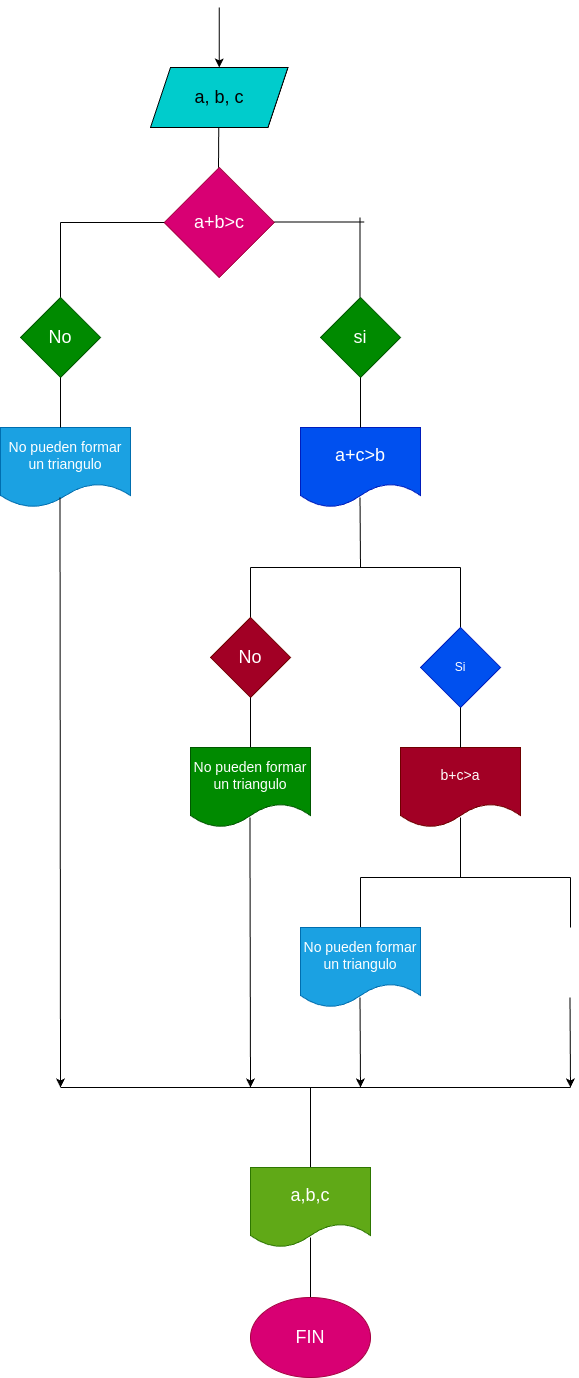
The draw.io diagram Diagrama.png in SamyrArchila/Quiz_Condicionales, before a commit. Source tidied: cells renumbered, new cells last; positions are measured from the earlier drawing's top-left corner, leaving out a move shared by most shapes. The source it was exported from:
```xml
<mxGraphModel>
  <root>
    <mxCell id="0" />
    <mxCell id="1" parent="0" />
    <mxCell id="2" style="edgeStyle=none;html=1;" parent="1" edge="1" target="3">
      <mxGeometry relative="1" as="geometry">
        <mxPoint x="218.8" as="sourcePoint" />
      </mxGeometry>
    </mxCell>
    <mxCell id="3" value="&lt;font style=&quot;font-size: 18px;&quot;&gt;a, b, c&lt;/font&gt;" style="shape=parallelogram;perimeter=parallelogramPerimeter;whiteSpace=wrap;html=1;fixedSize=1;fillColor=#00CCCC;" parent="1" vertex="1">
      <mxGeometry x="150" y="60" width="137.5" height="60" as="geometry" />
    </mxCell>
    <mxCell id="4" value="&lt;font style=&quot;font-size: 18px;&quot;&gt;a+b&amp;gt;c&lt;/font&gt;" style="rhombus;whiteSpace=wrap;html=1;fillColor=#d80073;fontColor=#ffffff;strokeColor=#A50040;" parent="1" vertex="1">
      <mxGeometry x="163.8" y="160" width="110" height="110" as="geometry" />
    </mxCell>
    <mxCell id="5" style="endArrow=none;html=1;" parent="1" edge="1">
      <mxGeometry relative="1" as="geometry">
        <mxPoint x="218" y="160" as="sourcePoint" />
        <mxPoint x="218.2" y="120" as="targetPoint" />
      </mxGeometry>
    </mxCell>
    <mxCell id="6" style="endArrow=none;html=1;" parent="1" edge="1">
      <mxGeometry relative="1" as="geometry">
        <mxPoint x="60" y="215" as="sourcePoint" />
        <mxPoint x="163.8" y="215" as="targetPoint" />
      </mxGeometry>
    </mxCell>
    <mxCell id="7" style="endArrow=none;html=1;" parent="1" edge="1">
      <mxGeometry relative="1" as="geometry">
        <mxPoint x="60" y="215" as="sourcePoint" />
        <mxPoint x="60" y="295" as="targetPoint" />
      </mxGeometry>
    </mxCell>
    <mxCell id="8" value="&lt;font style=&quot;font-size: 14px;&quot;&gt;No pueden formar un triangulo&lt;/font&gt;" style="shape=document;whiteSpace=wrap;html=1;boundedLbl=1;fillColor=#1ba1e2;fontColor=#ffffff;strokeColor=#006EAF;" parent="1" vertex="1">
      <mxGeometry y="420" width="130" height="80" as="geometry" />
    </mxCell>
    <mxCell id="9" value="&lt;font style=&quot;font-size: 18px;&quot;&gt;No&lt;/font&gt;" style="rhombus;whiteSpace=wrap;html=1;fillColor=#008a00;fontColor=#ffffff;strokeColor=#005700;" parent="1" vertex="1">
      <mxGeometry x="20" y="290" width="80" height="80" as="geometry" />
    </mxCell>
    <mxCell id="10" style="endArrow=none;html=1;" parent="1" edge="1">
      <mxGeometry relative="1" as="geometry">
        <mxPoint x="60" y="420" as="sourcePoint" />
        <mxPoint x="60" y="370" as="targetPoint" />
      </mxGeometry>
    </mxCell>
    <mxCell id="11" style="endArrow=none;html=1;" parent="1" edge="1">
      <mxGeometry relative="1" as="geometry">
        <mxPoint x="359.5" y="210" as="sourcePoint" />
        <mxPoint x="359.5" y="290" as="targetPoint" />
      </mxGeometry>
    </mxCell>
    <mxCell id="12" value="&lt;font style=&quot;font-size: 18px;&quot;&gt;a+c&amp;gt;b&lt;/font&gt;" style="shape=document;whiteSpace=wrap;html=1;boundedLbl=1;fillColor=#0050ef;fontColor=#ffffff;strokeColor=#001DBC;" parent="1" vertex="1">
      <mxGeometry x="300" y="420" width="120" height="80" as="geometry" />
    </mxCell>
    <mxCell id="13" value="&lt;font style=&quot;font-size: 18px;&quot;&gt;si&lt;/font&gt;" style="rhombus;whiteSpace=wrap;html=1;fillColor=#008a00;fontColor=#ffffff;strokeColor=#005700;" parent="1" vertex="1">
      <mxGeometry x="320" y="290" width="80" height="80" as="geometry" />
    </mxCell>
    <mxCell id="14" style="endArrow=none;html=1;" parent="1" edge="1">
      <mxGeometry relative="1" as="geometry">
        <mxPoint x="360" y="420" as="sourcePoint" />
        <mxPoint x="360" y="370" as="targetPoint" />
      </mxGeometry>
    </mxCell>
    <mxCell id="15" style="endArrow=none;html=1;" parent="1" edge="1">
      <mxGeometry relative="1" as="geometry">
        <mxPoint x="273.8" y="214.5" as="sourcePoint" />
        <mxPoint x="363.8" y="214.5" as="targetPoint" />
      </mxGeometry>
    </mxCell>
    <mxCell id="16" style="endArrow=none;html=1;" parent="1" edge="1">
      <mxGeometry relative="1" as="geometry">
        <mxPoint x="360" y="560" as="sourcePoint" />
        <mxPoint x="359.5" y="490" as="targetPoint" />
      </mxGeometry>
    </mxCell>
    <mxCell id="17" style="endArrow=none;html=1;" parent="1" edge="1">
      <mxGeometry relative="1" as="geometry">
        <mxPoint x="250" y="560" as="sourcePoint" />
        <mxPoint x="360" y="560" as="targetPoint" />
      </mxGeometry>
    </mxCell>
    <mxCell id="18" style="endArrow=none;html=1;" parent="1" edge="1">
      <mxGeometry relative="1" as="geometry">
        <mxPoint x="250" y="610" as="sourcePoint" />
        <mxPoint x="250" y="560" as="targetPoint" />
      </mxGeometry>
    </mxCell>
    <mxCell id="19" value="&lt;font style=&quot;font-size: 18px;&quot;&gt;No&lt;/font&gt;" style="rhombus;whiteSpace=wrap;html=1;fillColor=#a20025;fontColor=#ffffff;strokeColor=#6F0000;" parent="1" vertex="1">
      <mxGeometry x="210" y="610" width="80" height="80" as="geometry" />
    </mxCell>
    <mxCell id="20" style="endArrow=none;html=1;" parent="1" edge="1">
      <mxGeometry relative="1" as="geometry">
        <mxPoint x="250" y="740" as="sourcePoint" />
        <mxPoint x="250" y="690" as="targetPoint" />
      </mxGeometry>
    </mxCell>
    <mxCell id="21" value="&lt;font style=&quot;font-size: 14px;&quot;&gt;No pueden formar un triangulo&lt;/font&gt;" style="shape=document;whiteSpace=wrap;html=1;boundedLbl=1;fillColor=#008a00;fontColor=#ffffff;strokeColor=#005700;" parent="1" vertex="1">
      <mxGeometry x="190" y="740" width="120" height="80" as="geometry" />
    </mxCell>
    <mxCell id="22" style="endArrow=none;html=1;" parent="1" edge="1">
      <mxGeometry relative="1" as="geometry">
        <mxPoint x="360" y="560" as="sourcePoint" />
        <mxPoint x="460" y="560" as="targetPoint" />
      </mxGeometry>
    </mxCell>
    <mxCell id="23" style="endArrow=none;html=1;" parent="1" edge="1">
      <mxGeometry relative="1" as="geometry">
        <mxPoint x="460" y="620" as="sourcePoint" />
        <mxPoint x="460" y="560" as="targetPoint" />
      </mxGeometry>
    </mxCell>
    <mxCell id="24" value="Si" style="rhombus;whiteSpace=wrap;html=1;fillColor=#0050ef;fontColor=#ffffff;strokeColor=#001DBC;" parent="1" vertex="1">
      <mxGeometry x="420" y="620" width="80" height="80" as="geometry" />
    </mxCell>
    <mxCell id="25" value="&lt;font style=&quot;font-size: 14px;&quot;&gt;b+c&amp;gt;a&lt;/font&gt;" style="shape=document;whiteSpace=wrap;html=1;boundedLbl=1;fillColor=#a20025;fontColor=#ffffff;strokeColor=#6F0000;" parent="1" vertex="1">
      <mxGeometry x="400" y="740" width="120" height="80" as="geometry" />
    </mxCell>
    <mxCell id="26" style="endArrow=none;html=1;exitX=0.5;exitY=0;exitDx=0;exitDy=0;" parent="1" edge="1" source="25">
      <mxGeometry relative="1" as="geometry">
        <mxPoint x="460" y="700" as="targetPoint" />
      </mxGeometry>
    </mxCell>
    <mxCell id="27" style="endArrow=none;html=1;" parent="1" edge="1">
      <mxGeometry relative="1" as="geometry">
        <mxPoint x="460" y="870" as="sourcePoint" />
        <mxPoint x="460" y="810" as="targetPoint" />
      </mxGeometry>
    </mxCell>
    <mxCell id="28" style="endArrow=none;html=1;" parent="1" edge="1">
      <mxGeometry relative="1" as="geometry">
        <mxPoint x="360" y="870" as="sourcePoint" />
        <mxPoint x="460" y="870" as="targetPoint" />
      </mxGeometry>
    </mxCell>
    <mxCell id="29" style="endArrow=none;html=1;" parent="1" edge="1">
      <mxGeometry relative="1" as="geometry">
        <mxPoint x="450" y="770" as="sourcePoint" />
        <mxPoint x="450" y="770" as="targetPoint" />
      </mxGeometry>
    </mxCell>
    <mxCell id="30" style="endArrow=none;html=1;" parent="1" edge="1">
      <mxGeometry relative="1" as="geometry">
        <mxPoint x="460" y="870" as="sourcePoint" />
        <mxPoint x="570" y="870" as="targetPoint" />
      </mxGeometry>
    </mxCell>
    <mxCell id="31" style="endArrow=none;html=1;" parent="1" edge="1">
      <mxGeometry relative="1" as="geometry">
        <mxPoint x="360" y="920" as="sourcePoint" />
        <mxPoint x="360" y="870" as="targetPoint" />
      </mxGeometry>
    </mxCell>
    <mxCell id="32" style="endArrow=none;html=1;" parent="1" edge="1">
      <mxGeometry relative="1" as="geometry">
        <mxPoint x="570" y="920" as="sourcePoint" />
        <mxPoint x="570" y="870" as="targetPoint" />
      </mxGeometry>
    </mxCell>
    <mxCell id="33" value="&lt;font style=&quot;font-size: 14px;&quot;&gt;No pueden formar un triangulo&lt;/font&gt;" style="shape=document;whiteSpace=wrap;html=1;boundedLbl=1;fillColor=#1ba1e2;fontColor=#ffffff;strokeColor=#006EAF;" parent="1" vertex="1">
      <mxGeometry x="300" y="920" width="120" height="80" as="geometry" />
    </mxCell>
    <mxCell id="34" style="endArrow=classic;html=1;" parent="1" edge="1">
      <mxGeometry relative="1" as="geometry">
        <mxPoint x="359.5" y="990" as="sourcePoint" />
        <mxPoint x="360" y="1080" as="targetPoint" />
      </mxGeometry>
    </mxCell>
    <mxCell id="35" style="endArrow=classic;html=1;" parent="1" edge="1">
      <mxGeometry relative="1" as="geometry">
        <mxPoint x="569.5" y="990" as="sourcePoint" />
        <mxPoint x="570" y="1080" as="targetPoint" />
      </mxGeometry>
    </mxCell>
    <mxCell id="36" style="endArrow=none;html=1;" parent="1" edge="1">
      <mxGeometry relative="1" as="geometry">
        <mxPoint x="60" y="1080" as="sourcePoint" />
        <mxPoint x="570" y="1080" as="targetPoint" />
      </mxGeometry>
    </mxCell>
    <mxCell id="37" style="endArrow=classic;html=1;" parent="1" edge="1">
      <mxGeometry relative="1" as="geometry">
        <mxPoint x="59.5" y="490" as="sourcePoint" />
        <mxPoint x="60" y="1080" as="targetPoint" />
      </mxGeometry>
    </mxCell>
    <mxCell id="38" style="endArrow=classic;html=1;" parent="1" edge="1">
      <mxGeometry relative="1" as="geometry">
        <mxPoint x="249.5" y="810" as="sourcePoint" />
        <mxPoint x="250" y="1080" as="targetPoint" />
        <Array as="points">
          <mxPoint x="249.5" y="840" />
        </Array>
      </mxGeometry>
    </mxCell>
    <mxCell id="39" style="endArrow=none;html=1;fontSize=14;" parent="1" edge="1">
      <mxGeometry relative="1" as="geometry">
        <mxPoint x="310" y="1160" as="sourcePoint" />
        <mxPoint x="310" y="1080" as="targetPoint" />
      </mxGeometry>
    </mxCell>
    <mxCell id="40" value="&lt;font style=&quot;font-size: 18px;&quot;&gt;a,b,c&lt;/font&gt;" style="shape=document;whiteSpace=wrap;html=1;boundedLbl=1;fontSize=14;fillColor=#60a917;fontColor=#ffffff;strokeColor=#2D7600;" parent="1" vertex="1">
      <mxGeometry x="250" y="1160" width="120" height="80" as="geometry" />
    </mxCell>
    <mxCell id="41" style="endArrow=none;html=1;fontSize=18;" parent="1" edge="1">
      <mxGeometry relative="1" as="geometry">
        <mxPoint x="310" y="1290" as="sourcePoint" />
        <mxPoint x="310" y="1230" as="targetPoint" />
      </mxGeometry>
    </mxCell>
    <mxCell id="42" value="FIN" style="ellipse;whiteSpace=wrap;html=1;fontSize=18;fillColor=#d80073;fontColor=#ffffff;strokeColor=#A50040;" parent="1" vertex="1">
      <mxGeometry x="250" y="1290" width="120" height="80" as="geometry" />
    </mxCell>
  </root>
</mxGraphModel>
```
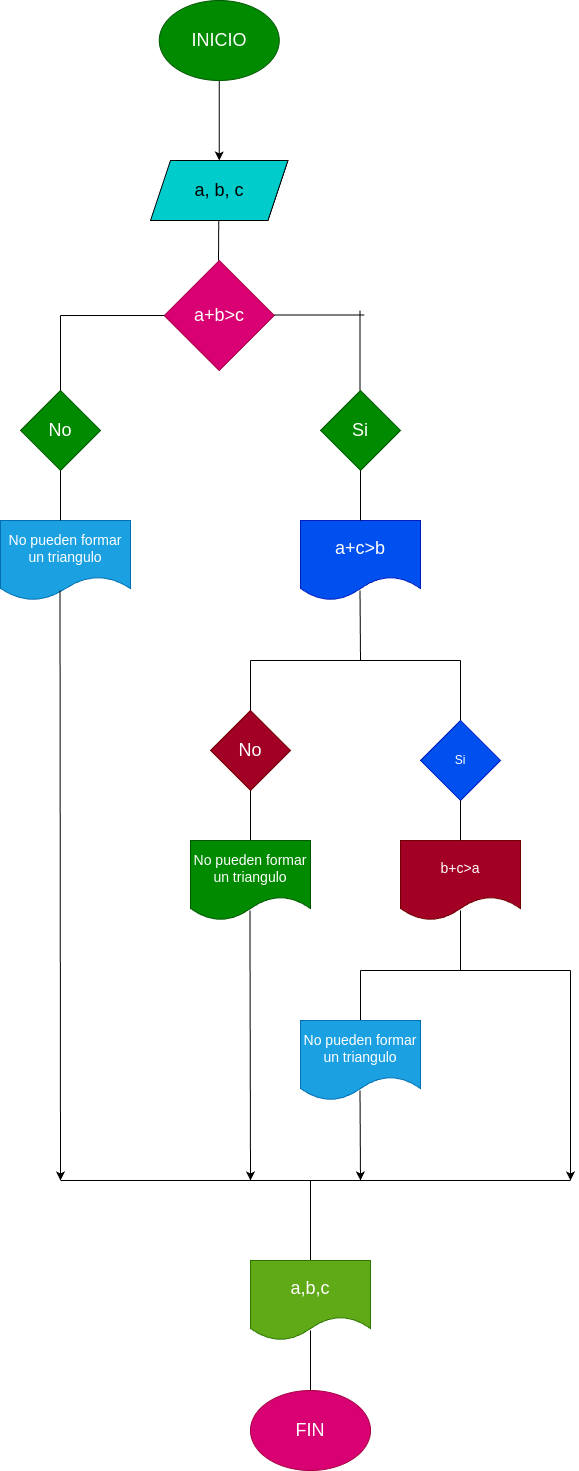
Above is the later version.

Diff of the diagram source:
```diff
@@ -2,10 +2,8 @@
   <root>
     <mxCell id="0" />
     <mxCell id="1" parent="0" />
-    <mxCell id="2" style="edgeStyle=none;html=1;" parent="1" edge="1" target="3">
-      <mxGeometry relative="1" as="geometry">
-        <mxPoint x="218.8" as="sourcePoint" />
-      </mxGeometry>
+    <mxCell id="2" style="edgeStyle=none;html=1;exitX=0.5;exitY=1;exitDx=0;exitDy=0;" parent="1" edge="1" source="43" target="3">
+      <mxGeometry relative="1" as="geometry" />
     </mxCell>
     <mxCell id="3" value="&lt;font style=&quot;font-size: 18px;&quot;&gt;a, b, c&lt;/font&gt;" style="shape=parallelogram;perimeter=parallelogramPerimeter;whiteSpace=wrap;html=1;fixedSize=1;fillColor=#00CCCC;" parent="1" vertex="1">
       <mxGeometry x="150" y="60" width="137.5" height="60" as="geometry" />
@@ -52,7 +50,7 @@
     <mxCell id="12" value="&lt;font style=&quot;font-size: 18px;&quot;&gt;a+c&amp;gt;b&lt;/font&gt;" style="shape=document;whiteSpace=wrap;html=1;boundedLbl=1;fillColor=#0050ef;fontColor=#ffffff;strokeColor=#001DBC;" parent="1" vertex="1">
       <mxGeometry x="300" y="420" width="120" height="80" as="geometry" />
     </mxCell>
-    <mxCell id="13" value="&lt;font style=&quot;font-size: 18px;&quot;&gt;si&lt;/font&gt;" style="rhombus;whiteSpace=wrap;html=1;fillColor=#008a00;fontColor=#ffffff;strokeColor=#005700;" parent="1" vertex="1">
+    <mxCell id="13" value="&lt;font style=&quot;font-size: 18px;&quot;&gt;Si&lt;/font&gt;" style="rhombus;whiteSpace=wrap;html=1;fillColor=#008a00;fontColor=#ffffff;strokeColor=#005700;" parent="1" vertex="1">
       <mxGeometry x="320" y="290" width="80" height="80" as="geometry" />
     </mxCell>
     <mxCell id="14" style="endArrow=none;html=1;" parent="1" edge="1">
@@ -167,7 +165,7 @@
     </mxCell>
     <mxCell id="35" style="endArrow=classic;html=1;" parent="1" edge="1">
       <mxGeometry relative="1" as="geometry">
-        <mxPoint x="569.5" y="990" as="sourcePoint" />
+        <mxPoint x="570" y="920" as="sourcePoint" />
         <mxPoint x="570" y="1080" as="targetPoint" />
       </mxGeometry>
     </mxCell>
@@ -210,5 +208,8 @@
     <mxCell id="42" value="FIN" style="ellipse;whiteSpace=wrap;html=1;fontSize=18;fillColor=#d80073;fontColor=#ffffff;strokeColor=#A50040;" parent="1" vertex="1">
       <mxGeometry x="250" y="1290" width="120" height="80" as="geometry" />
     </mxCell>
+    <mxCell id="43" value="&lt;font style=&quot;font-size: 18px;&quot;&gt;INICIO&lt;/font&gt;" style="ellipse;whiteSpace=wrap;html=1;fillColor=#008a00;fontColor=#ffffff;strokeColor=#005700;" parent="1" vertex="1">
+      <mxGeometry x="158.8" y="-100" width="120" height="80" as="geometry" />
+    </mxCell>
   </root>
 </mxGraphModel>
```
